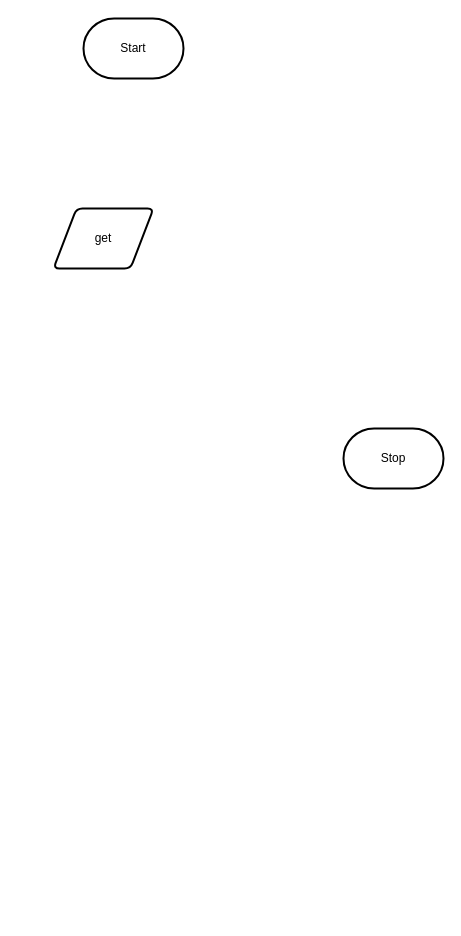
This is design/flowchart.drawio from MTHS-ICD2O-1-2023/ICD2O-Assignment-04-hai-tran-2, a draw.io file, before an edit. Source tidied: cells renumbered, new cells numbered last; positions are measured from the earlier drawing's top-left corner, leaving out a move shared by most shapes. Both pictures are drawn from the tidied source at 100%, with x=0, y=0 at pixel (53, 18).
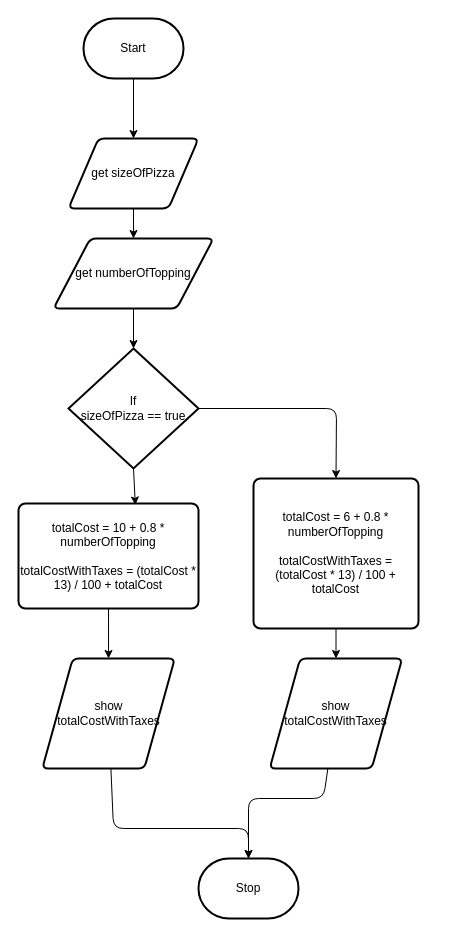
The same diagram, later.

Commit message (it also covers changes not shown here):
add storyboard and flowchart

The change refers to these unchanged cells:
```xml
<mxCell id="2" value="Start" style="strokeWidth=2;html=1;shape=mxgraph.flowchart.terminator;whiteSpace=wrap;" parent="1" vertex="1">
  <mxGeometry x="30" width="100" height="60" as="geometry" />
</mxCell>
```

What changed in the source:
```diff
@@
+    <mxCell id="5" style="edgeStyle=none;html=1;exitX=0.5;exitY=1;exitDx=0;exitDy=0;exitPerimeter=0;" parent="1" edge="1" source="2" target="4">
+      <mxGeometry relative="1" as="geometry" />
+    </mxCell>
@@
     <mxCell id="3" value="Stop" style="strokeWidth=2;html=1;shape=mxgraph.flowchart.terminator;whiteSpace=wrap;" parent="1" vertex="1">
-      <mxGeometry x="290" y="410" width="100" height="60" as="geometry" />
+      <mxGeometry x="145" y="840" width="100" height="60" as="geometry" />
     </mxCell>
+    <mxCell id="6" style="edgeStyle=none;html=1;entryX=0.5;entryY=0;entryDx=0;entryDy=0;" parent="1" edge="1" source="4" target="8">
+      <mxGeometry relative="1" as="geometry" />
+    </mxCell>
-    <mxCell id="4" value="get" style="shape=parallelogram;html=1;strokeWidth=2;perimeter=parallelogramPerimeter;whiteSpace=wrap;rounded=1;arcSize=12;size=0.23;" parent="1" vertex="1">
-      <mxGeometry y="190" width="100" height="60" as="geometry" />
+    <mxCell id="4" value="get sizeOfPizza" style="shape=parallelogram;html=1;strokeWidth=2;perimeter=parallelogramPerimeter;whiteSpace=wrap;rounded=1;arcSize=12;size=0.23;" parent="1" vertex="1">
+      <mxGeometry x="15" y="120" width="130" height="70" as="geometry" />
     </mxCell>
+    <mxCell id="7" style="edgeStyle=none;html=1;" parent="1" edge="1" source="8" target="11">
+      <mxGeometry relative="1" as="geometry" />
+    </mxCell>
+    <mxCell id="8" value="get numberOfTopping" style="shape=parallelogram;html=1;strokeWidth=2;perimeter=parallelogramPerimeter;whiteSpace=wrap;rounded=1;arcSize=12;size=0.23;" parent="1" vertex="1">
+      <mxGeometry y="220" width="160" height="70" as="geometry" />
+    </mxCell>
+    <mxCell id="9" style="edgeStyle=none;html=1;entryX=0.5;entryY=0;entryDx=0;entryDy=0;" parent="1" edge="1" source="11" target="13">
+      <mxGeometry relative="1" as="geometry">
+        <Array as="points">
+          <mxPoint x="283" y="390" />
+        </Array>
+      </mxGeometry>
+    </mxCell>
+    <mxCell id="10" style="edgeStyle=none;html=1;exitX=0.5;exitY=1;exitDx=0;exitDy=0;exitPerimeter=0;entryX=0.649;entryY=0.014;entryDx=0;entryDy=0;entryPerimeter=0;" parent="1" edge="1" source="11" target="17">
+      <mxGeometry relative="1" as="geometry" />
+    </mxCell>
+    <mxCell id="11" value="If&lt;br&gt;sizeOfPizza == true" style="strokeWidth=2;html=1;shape=mxgraph.flowchart.decision;whiteSpace=wrap;" parent="1" vertex="1">
+      <mxGeometry x="15" y="330" width="130" height="120" as="geometry" />
+    </mxCell>
+    <mxCell id="12" style="edgeStyle=none;html=1;" parent="1" edge="1" source="13">
+      <mxGeometry relative="1" as="geometry">
+        <mxPoint x="282.5" y="640" as="targetPoint" />
+      </mxGeometry>
+    </mxCell>
+    <mxCell id="13" value="totalCost = 6 + 0.8 * numberOfTopping&lt;br&gt;&lt;br&gt;totalCostWithTaxes = (totalCost * 13) / 100 + totalCost" style="rounded=1;whiteSpace=wrap;html=1;absoluteArcSize=1;arcSize=14;strokeWidth=2;" parent="1" vertex="1">
+      <mxGeometry x="200" y="460" width="165" height="150" as="geometry" />
+    </mxCell>
+    <mxCell id="14" style="edgeStyle=none;html=1;entryX=0.5;entryY=0;entryDx=0;entryDy=0;entryPerimeter=0;" parent="1" edge="1" source="15" target="3">
+      <mxGeometry relative="1" as="geometry">
+        <Array as="points">
+          <mxPoint x="270" y="780" />
+          <mxPoint x="195" y="780" />
+        </Array>
+      </mxGeometry>
+    </mxCell>
+    <mxCell id="15" value="show &lt;br&gt;totalCostWithTaxes" style="shape=parallelogram;html=1;strokeWidth=2;perimeter=parallelogramPerimeter;whiteSpace=wrap;rounded=1;arcSize=12;size=0.23;" parent="1" vertex="1">
+      <mxGeometry x="216.2" y="640" width="132.5" height="110" as="geometry" />
+    </mxCell>
+    <mxCell id="16" style="edgeStyle=none;html=1;entryX=0.5;entryY=0;entryDx=0;entryDy=0;" parent="1" edge="1" source="17" target="19">
+      <mxGeometry relative="1" as="geometry" />
+    </mxCell>
+    <mxCell id="17" value="totalCost = 10 + 0.8 * numberOfTopping&lt;br&gt;&lt;br&gt;totalCostWithTaxes = (totalCost * 13) / 100 + totalCost" style="rounded=1;whiteSpace=wrap;html=1;absoluteArcSize=1;arcSize=14;strokeWidth=2;" parent="1" vertex="1">
+      <mxGeometry x="-35" y="485" width="180" height="105" as="geometry" />
+    </mxCell>
+    <mxCell id="18" style="edgeStyle=none;html=1;entryX=0.5;entryY=0;entryDx=0;entryDy=0;entryPerimeter=0;" parent="1" edge="1" source="19" target="3">
+      <mxGeometry relative="1" as="geometry">
+        <Array as="points">
+          <mxPoint x="60" y="810" />
+          <mxPoint x="195" y="810" />
+        </Array>
+      </mxGeometry>
+    </mxCell>
+    <mxCell id="19" value="show &lt;br&gt;totalCostWithTaxes" style="shape=parallelogram;html=1;strokeWidth=2;perimeter=parallelogramPerimeter;whiteSpace=wrap;rounded=1;arcSize=12;size=0.23;" parent="1" vertex="1">
+      <mxGeometry x="-11.2" y="640" width="132.5" height="110" as="geometry" />
+    </mxCell>
```
